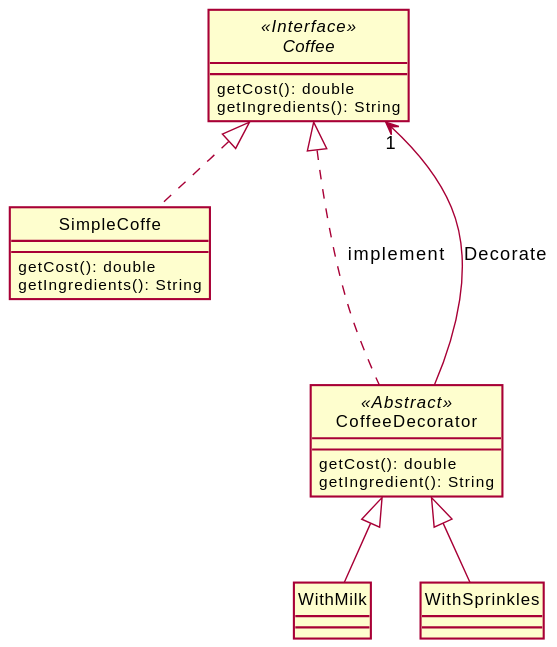
Above: README/DCL-coffe.svg in yvanross/LOG121-C04-decorateur-solution (PlantUML), before the change.
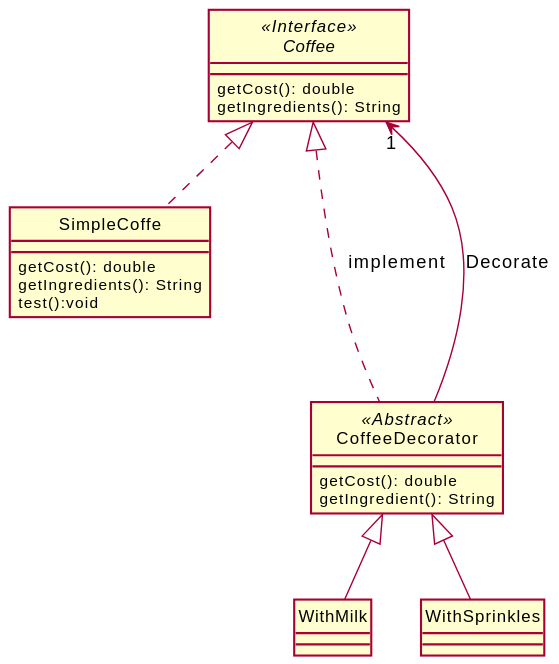
After the change.

The edit, as a diff of the source:
```diff
@@ -8,6 +8,7 @@
 class SimpleCoffe implements Coffee{
     getCost(): double
     getIngredients(): String
+    test():void
 }
 
 class CoffeeDecorator <<Abstract>>{
```
